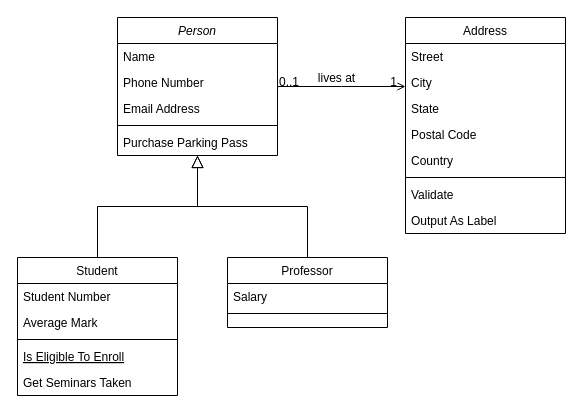
The draw.io diagram Diagrama sin título.drawio in nhubczyk/Diagramas-UML, before the edit. Source tidied: cells renumbered, new cells numbered last; positions are measured from the earlier drawing's top-left corner, leaving out a move shared by most shapes. Both pictures are drawn from the tidied source at 100%, with x=0, y=0 at pixel (17, 17).
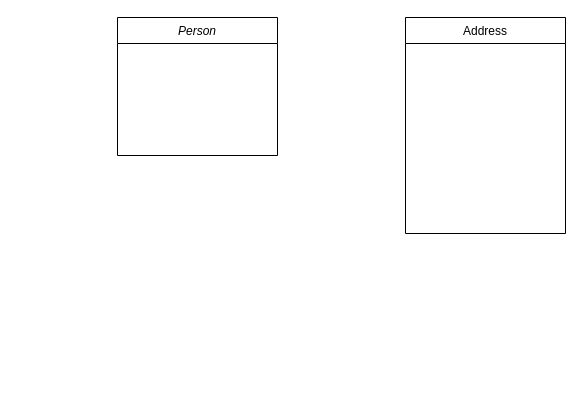
The same diagram, later.

The change refers to these unchanged cells:
```xml
<mxCell id="2" value="Person" style="swimlane;fontStyle=2;align=center;verticalAlign=top;horizontal=1;startSize=26;rounded=0;shadow=0;strokeWidth=1;" parent="1" vertex="1">
  <mxGeometry x="100" width="160" height="138" as="geometry" />
</mxCell>
<mxCell id="19" value="Address" style="swimlane;fontStyle=0;align=center;verticalAlign=top;horizontal=1;startSize=26;rounded=0;shadow=0;strokeWidth=1;" parent="1" vertex="1">
  <mxGeometry x="388" width="160" height="216" as="geometry" />
</mxCell>
```

Diff of the diagram source:
```diff
@@
-    <mxCell id="3" value="Name" style="text;align=left;verticalAlign=top;spacingLeft=4;spacingRight=4;overflow=hidden;" parent="2" vertex="1">
-      <mxGeometry y="26" width="160" height="26" as="geometry" />
-    </mxCell>
-    <mxCell id="4" value="Phone Number" style="text;align=left;verticalAlign=top;spacingLeft=4;spacingRight=4;overflow=hidden;rounded=0;shadow=0;html=0;" parent="2" vertex="1">
-      <mxGeometry y="52" width="160" height="26" as="geometry" />
-    </mxCell>
-    <mxCell id="5" value="Email Address" style="text;align=left;verticalAlign=top;spacingLeft=4;spacingRight=4;overflow=hidden;rounded=0;shadow=0;html=0;" parent="2" vertex="1">
-      <mxGeometry y="78" width="160" height="26" as="geometry" />
-    </mxCell>
-    <mxCell id="6" style="line;html=1;strokeWidth=1;align=left;verticalAlign=middle;spacingTop=-1;spacingLeft=3;spacingRight=3;labelPosition=right;" parent="2" vertex="1">
-      <mxGeometry y="104" width="160" height="8" as="geometry" />
-    </mxCell>
-    <mxCell id="7" value="Purchase Parking Pass" style="text;align=left;verticalAlign=top;spacingLeft=4;spacingRight=4;overflow=hidden;" parent="2" vertex="1">
-      <mxGeometry y="112" width="160" height="26" as="geometry" />
-    </mxCell>
-    <mxCell id="8" value="Student" style="swimlane;fontStyle=0;align=center;verticalAlign=top;horizontal=1;startSize=26;rounded=0;shadow=0;strokeWidth=1;" parent="1" vertex="1">
-      <mxGeometry y="240" width="160" height="138" as="geometry" />
-    </mxCell>
-    <mxCell id="9" value="Student Number" style="text;align=left;verticalAlign=top;spacingLeft=4;spacingRight=4;overflow=hidden;" parent="8" vertex="1">
-      <mxGeometry y="26" width="160" height="26" as="geometry" />
-    </mxCell>
-    <mxCell id="10" value="Average Mark" style="text;align=left;verticalAlign=top;spacingLeft=4;spacingRight=4;overflow=hidden;rounded=0;shadow=0;html=0;" parent="8" vertex="1">
-      <mxGeometry y="52" width="160" height="26" as="geometry" />
-    </mxCell>
-    <mxCell id="11" style="line;html=1;strokeWidth=1;align=left;verticalAlign=middle;spacingTop=-1;spacingLeft=3;spacingRight=3;labelPosition=right;" parent="8" vertex="1">
-      <mxGeometry y="78" width="160" height="8" as="geometry" />
-    </mxCell>
-    <mxCell id="12" value="Is Eligible To Enroll" style="text;align=left;verticalAlign=top;spacingLeft=4;spacingRight=4;overflow=hidden;fontStyle=4;" parent="8" vertex="1">
-      <mxGeometry y="86" width="160" height="26" as="geometry" />
-    </mxCell>
-    <mxCell id="13" value="Get Seminars Taken" style="text;align=left;verticalAlign=top;spacingLeft=4;spacingRight=4;overflow=hidden;" parent="8" vertex="1">
-      <mxGeometry y="112" width="160" height="26" as="geometry" />
-    </mxCell>
-    <mxCell id="14" style="endArrow=block;endSize=10;endFill=0;shadow=0;strokeWidth=1;rounded=0;edgeStyle=elbowEdgeStyle;elbow=vertical;" parent="1" edge="1" source="8" target="2">
-      <mxGeometry relative="1" as="geometry" />
-    </mxCell>
-    <mxCell id="15" value="Professor" style="swimlane;fontStyle=0;align=center;verticalAlign=top;horizontal=1;startSize=26;rounded=0;shadow=0;strokeWidth=1;" parent="1" vertex="1">
-      <mxGeometry x="210" y="240" width="160" height="70" as="geometry" />
-    </mxCell>
-    <mxCell id="16" value="Salary" style="text;align=left;verticalAlign=top;spacingLeft=4;spacingRight=4;overflow=hidden;" parent="15" vertex="1">
-      <mxGeometry y="26" width="160" height="26" as="geometry" />
-    </mxCell>
-    <mxCell id="17" style="line;html=1;strokeWidth=1;align=left;verticalAlign=middle;spacingTop=-1;spacingLeft=3;spacingRight=3;labelPosition=right;" parent="15" vertex="1">
-      <mxGeometry y="52" width="160" height="8" as="geometry" />
-    </mxCell>
-    <mxCell id="18" style="endArrow=block;endSize=10;endFill=0;shadow=0;strokeWidth=1;rounded=0;edgeStyle=elbowEdgeStyle;elbow=vertical;" parent="1" edge="1" source="15" target="2">
-      <mxGeometry relative="1" as="geometry" />
-    </mxCell>
@@
-    <mxCell id="20" value="Street" style="text;align=left;verticalAlign=top;spacingLeft=4;spacingRight=4;overflow=hidden;" parent="19" vertex="1">
-      <mxGeometry y="26" width="160" height="26" as="geometry" />
-    </mxCell>
-    <mxCell id="21" value="City" style="text;align=left;verticalAlign=top;spacingLeft=4;spacingRight=4;overflow=hidden;rounded=0;shadow=0;html=0;" parent="19" vertex="1">
-      <mxGeometry y="52" width="160" height="26" as="geometry" />
-    </mxCell>
-    <mxCell id="22" value="State" style="text;align=left;verticalAlign=top;spacingLeft=4;spacingRight=4;overflow=hidden;rounded=0;shadow=0;html=0;" parent="19" vertex="1">
-      <mxGeometry y="78" width="160" height="26" as="geometry" />
-    </mxCell>
-    <mxCell id="23" value="Postal Code" style="text;align=left;verticalAlign=top;spacingLeft=4;spacingRight=4;overflow=hidden;rounded=0;shadow=0;html=0;" parent="19" vertex="1">
-      <mxGeometry y="104" width="160" height="26" as="geometry" />
-    </mxCell>
-    <mxCell id="24" value="Country" style="text;align=left;verticalAlign=top;spacingLeft=4;spacingRight=4;overflow=hidden;rounded=0;shadow=0;html=0;" parent="19" vertex="1">
-      <mxGeometry y="130" width="160" height="26" as="geometry" />
-    </mxCell>
-    <mxCell id="25" style="line;html=1;strokeWidth=1;align=left;verticalAlign=middle;spacingTop=-1;spacingLeft=3;spacingRight=3;labelPosition=right;" parent="19" vertex="1">
-      <mxGeometry y="156" width="160" height="8" as="geometry" />
-    </mxCell>
-    <mxCell id="26" value="Validate" style="text;align=left;verticalAlign=top;spacingLeft=4;spacingRight=4;overflow=hidden;" parent="19" vertex="1">
-      <mxGeometry y="164" width="160" height="26" as="geometry" />
-    </mxCell>
-    <mxCell id="27" value="Output As Label" style="text;align=left;verticalAlign=top;spacingLeft=4;spacingRight=4;overflow=hidden;" parent="19" vertex="1">
-      <mxGeometry y="190" width="160" height="26" as="geometry" />
-    </mxCell>
-    <mxCell id="28" style="endArrow=open;shadow=0;strokeWidth=1;rounded=0;endFill=1;edgeStyle=elbowEdgeStyle;elbow=vertical;" parent="1" edge="1" source="2" target="19">
-      <mxGeometry x="0.5" y="41" relative="1" as="geometry">
-        <mxPoint x="-40" y="32" as="offset" />
-      </mxGeometry>
-    </mxCell>
-    <mxCell id="29" value="0..1" style="align=left;verticalAlign=bottom;labelBackgroundColor=none;fontSize=12;" parent="28" vertex="1">
-      <mxGeometry x="-1" relative="1" as="geometry">
-        <mxPoint y="4" as="offset" />
-      </mxGeometry>
-    </mxCell>
-    <mxCell id="30" value="1" style="align=right;verticalAlign=bottom;labelBackgroundColor=none;fontSize=12;" parent="28" vertex="1">
-      <mxGeometry x="1" relative="1" as="geometry">
-        <mxPoint x="-7" y="4" as="offset" />
-      </mxGeometry>
-    </mxCell>
-    <mxCell id="31" value="lives at" style="text;html=1;align=center;verticalAlign=middle;labelBackgroundColor=none;rounded=0;shadow=0;strokeWidth=1;fontSize=12;" parent="28" vertex="1">
-      <mxGeometry x="0.5" y="49" relative="1" as="geometry">
-        <mxPoint x="-38" y="40" as="offset" />
-      </mxGeometry>
-    </mxCell>
```
